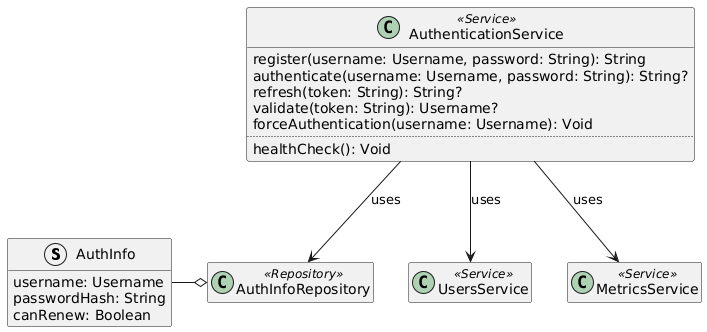
This is doc/diagrams/authentication-service-domain-model.png from Ventus218/SAP-assignment-02, a PlantUML export, as it was before one commit.
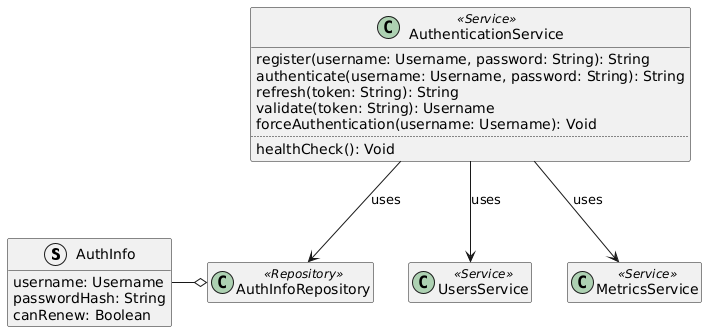
The same file after the commit.

Commit message:
Automatically generated PlantUML diagrams

The edit, as a diff of the source:
```diff
@@ -11,9 +11,9 @@
 
 class AuthenticationService <<Service>> {
     register(username: Username, password: String): String
-    authenticate(username: Username, password: String): String?
-    refresh(token: String): String?
-    validate(token: String): Username?
+    authenticate(username: Username, password: String): String
+    refresh(token: String): String
+    validate(token: String): Username
     forceAuthentication(username: Username): Void
     ..
     healthCheck(): Void
```
